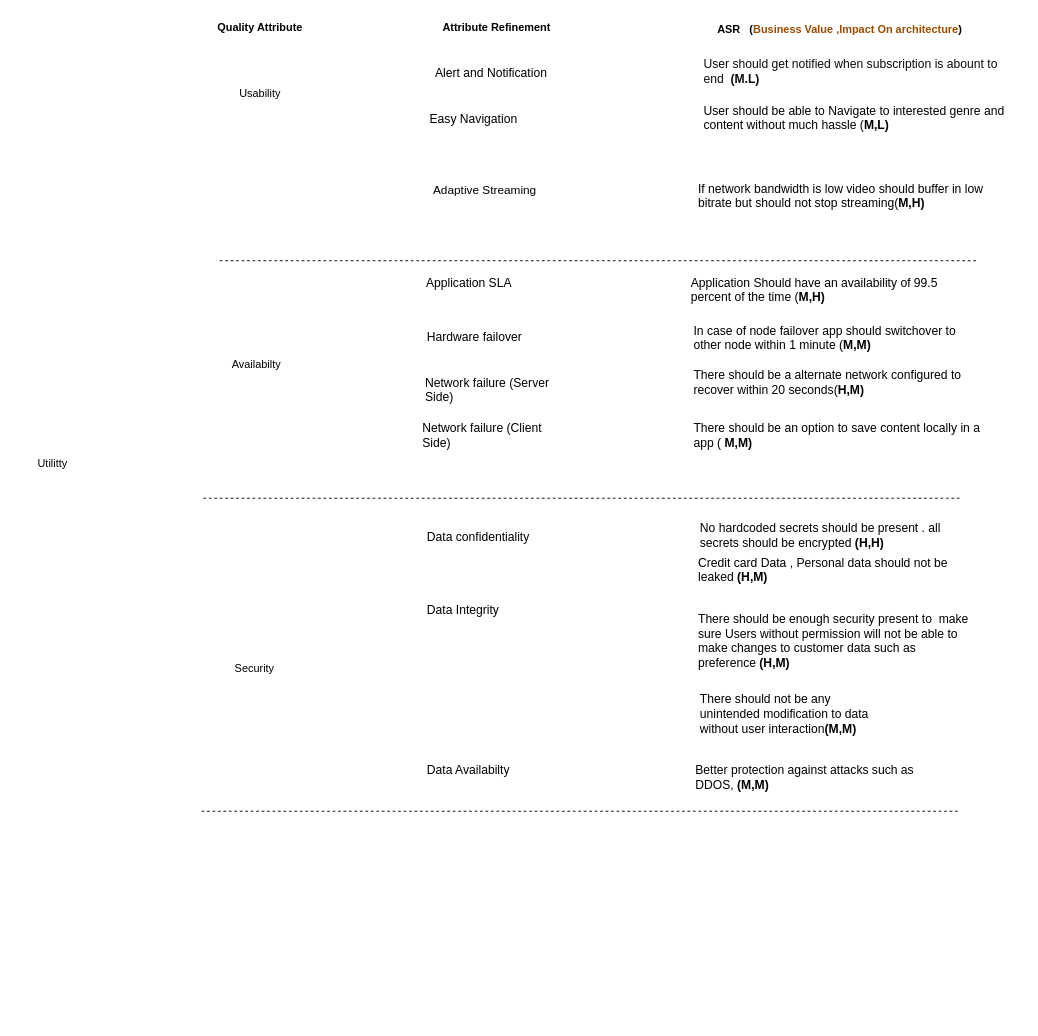
The draw.io diagram page "Page-7" (7 of 12) of SA assignment.drawio in Gajanana/FirstPhase, before the edit. Source tidied: cells renumbered, new cells numbered last; positions are measured from the earlier drawing's top-left corner, leaving out a move shared by most shapes. Both pictures are drawn from the tidied source at 91%, with x=0, y=0 at pixel (25, 15).
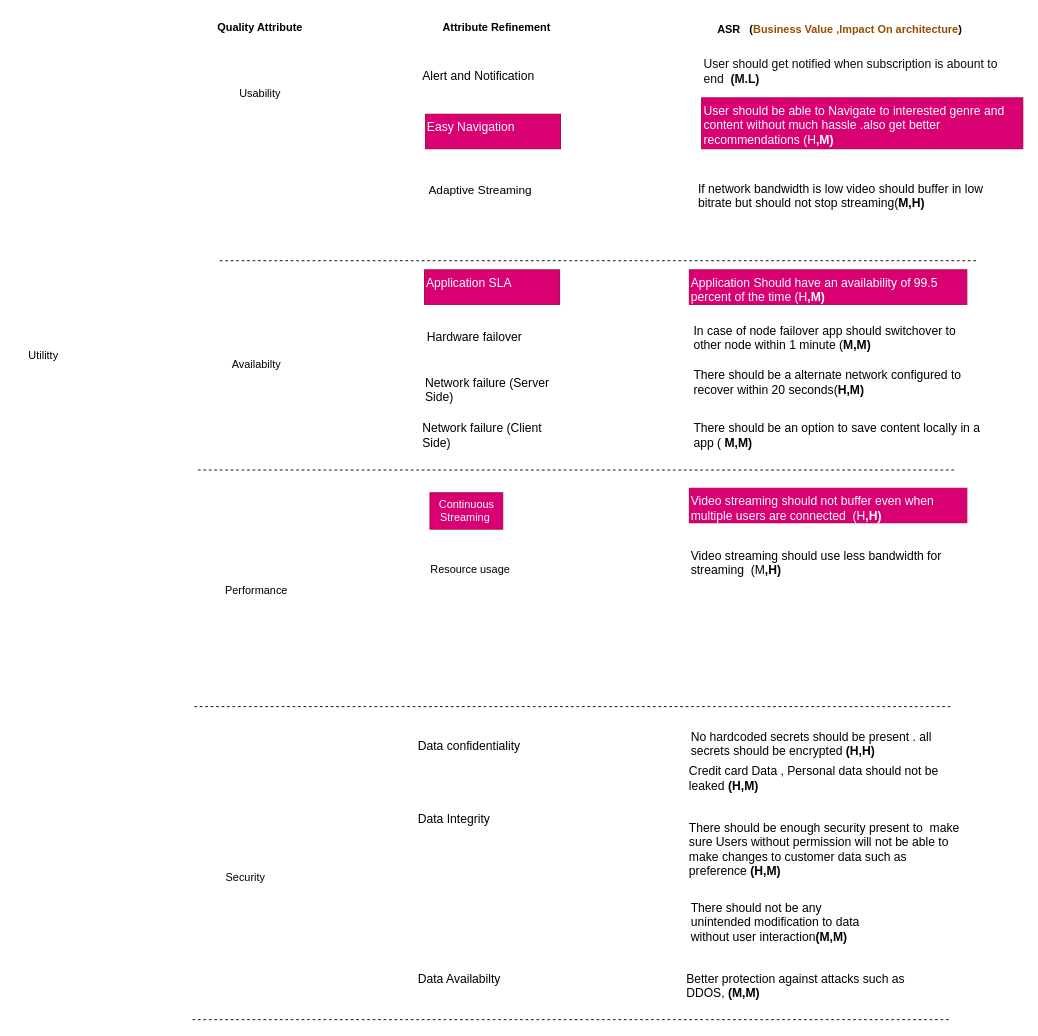
The same page after the edit.

What changed in the source:
```diff
@@
     <mxCell id="2" value="Utilitty" style="text;html=1;align=center;verticalAlign=middle;strokeColor=none;fillColor=none;" parent="1" vertex="1">
-      <mxGeometry y="477" width="60" height="30" as="geometry" />
+      <mxGeometry x="-10" y="359" width="60" height="30" as="geometry" />
     </mxCell>
@@
     <mxCell id="6" value="&lt;span style=&quot;font-size: 10pt;&quot;&gt;Alert and Notification&lt;/span&gt;" style="text;whiteSpace=wrap;html=1;" parent="1" vertex="1">
-      <mxGeometry x="449" y="49" width="148.5" height="38" as="geometry" />
+      <mxGeometry x="434.8" y="52" width="148.5" height="38" as="geometry" />
     </mxCell>
@@
-    <mxCell id="10" value="&lt;span style=&quot;font-size: 10pt;&quot;&gt;Easy Navigation&lt;/span&gt;" style="text;whiteSpace=wrap;html=1;" parent="1" vertex="1">
-      <mxGeometry x="443.2" y="99" width="148.5" height="38" as="geometry" />
+    <mxCell id="10" value="&lt;span style=&quot;font-size: 10pt;&quot;&gt;Easy Navigation&lt;/span&gt;" style="text;whiteSpace=wrap;html=1;fillColor=#d80073;fontColor=#ffffff;strokeColor=#A50040;" parent="1" vertex="1">
+      <mxGeometry x="440" y="108" width="148.5" height="38" as="geometry" />
     </mxCell>
-    <mxCell id="11" value="&lt;span style=&quot;font-size: 13.3333px;&quot;&gt;User should be able to Navigate to interested genre and content without much hassle (&lt;b&gt;M,L)&lt;/b&gt;&lt;/span&gt;" style="text;whiteSpace=wrap;html=1;" parent="1" vertex="1">
+    <mxCell id="11" value="&lt;span style=&quot;font-size: 13.3333px;&quot;&gt;User should be able to Navigate to interested genre and content without much hassle .also get better recommendations (H&lt;b&gt;,M)&lt;/b&gt;&lt;/span&gt;" style="text;whiteSpace=wrap;html=1;fillColor=#d80073;fontColor=#ffffff;strokeColor=#A50040;" parent="1" vertex="1">
       <mxGeometry x="743.5" y="90" width="353" height="56" as="geometry" />
     </mxCell>
@@
     <mxCell id="13" style="endArrow=none;html=1;rounded=0;fontFamily=Helvetica;fontColor=#000000;dashed=1;" parent="1" edge="1">
       <mxGeometry relative="1" as="geometry">
-        <mxPoint x="196" y="530" as="sourcePoint" />
-        <mxPoint x="1030" y="530" as="targetPoint" />
+        <mxPoint x="186" y="759" as="sourcePoint" />
+        <mxPoint x="1020" y="759" as="targetPoint" />
       </mxGeometry>
     </mxCell>
@@
-    <mxCell id="15" value="&lt;span style=&quot;font-size: 10pt;&quot;&gt;Application SLA&lt;/span&gt;" style="text;whiteSpace=wrap;html=1;" parent="1" vertex="1">
+    <mxCell id="15" value="&lt;span style=&quot;font-size: 10pt;&quot;&gt;Application SLA&lt;/span&gt;" style="text;whiteSpace=wrap;html=1;fillColor=#d80073;fontColor=#ffffff;strokeColor=#A50040;" parent="1" vertex="1">
       <mxGeometry x="439" y="279" width="148.5" height="38" as="geometry" />
     </mxCell>
-    <mxCell id="16" value="&lt;span style=&quot;font-size: 10pt;&quot;&gt;Application Should have an availability of 99.5 percent of the time (&lt;/span&gt;&lt;b style=&quot;font-size: 13.3333px;&quot;&gt;M,H)&lt;/b&gt;" style="text;whiteSpace=wrap;html=1;" parent="1" vertex="1">
+    <mxCell id="16" value="&lt;span style=&quot;font-size: 10pt;&quot;&gt;Application Should have an availability of 99.5 percent of the time (H&lt;/span&gt;&lt;b style=&quot;font-size: 13.3333px;&quot;&gt;,M)&lt;/b&gt;" style="text;whiteSpace=wrap;html=1;fillColor=#d80073;fontColor=#ffffff;strokeColor=#A50040;" parent="1" vertex="1">
       <mxGeometry x="730" y="279" width="305" height="38" as="geometry" />
     </mxCell>
@@
     <mxCell id="21" style="endArrow=none;html=1;rounded=0;fontFamily=Helvetica;fontColor=#000000;dashed=1;" parent="1" edge="1">
       <mxGeometry relative="1" as="geometry">
-        <mxPoint x="194" y="874" as="sourcePoint" />
-        <mxPoint x="1028" y="874" as="targetPoint" />
+        <mxPoint x="184" y="1103" as="sourcePoint" />
+        <mxPoint x="1018" y="1103" as="targetPoint" />
       </mxGeometry>
     </mxCell>
     <mxCell id="22" value="Security" style="text;html=1;align=center;verticalAlign=middle;strokeColor=none;fillColor=none;" parent="1" vertex="1">
-      <mxGeometry x="221" y="705" width="61" height="26" as="geometry" />
+      <mxGeometry x="211" y="934" width="61" height="26" as="geometry" />
     </mxCell>
     <mxCell id="23" value="&lt;span style=&quot;font-size: 10pt;&quot;&gt;Data confidentiality&lt;/span&gt;" style="text;whiteSpace=wrap;html=1;" parent="1" vertex="1">
-      <mxGeometry x="440" y="559" width="148.5" height="38" as="geometry" />
+      <mxGeometry x="430" y="788" width="148.5" height="38" as="geometry" />
     </mxCell>
     <mxCell id="24" value="&lt;span style=&quot;font-size: 13.3333px;&quot;&gt;No hardcoded secrets should be present . all secrets should be encrypted &lt;b&gt;(H&lt;/b&gt;&lt;/span&gt;&lt;b style=&quot;font-size: 13.3333px;&quot;&gt;,H)&lt;/b&gt;" style="text;whiteSpace=wrap;html=1;" parent="1" vertex="1">
-      <mxGeometry x="740" y="549" width="305" height="38" as="geometry" />
+      <mxGeometry x="730" y="778" width="305" height="38" as="geometry" />
     </mxCell>
     <mxCell id="25" value="&lt;span style=&quot;font-size: 10pt;&quot;&gt;Data Integrity&lt;/span&gt;" style="text;whiteSpace=wrap;html=1;" parent="1" vertex="1">
-      <mxGeometry x="440" y="639" width="148.5" height="38" as="geometry" />
+      <mxGeometry x="430" y="868" width="148.5" height="38" as="geometry" />
     </mxCell>
     <mxCell id="26" value="&lt;span style=&quot;font-size: 13.3333px;&quot;&gt;There should be enough security present to&amp;nbsp; make sure Users without permission will not be able to make changes to customer data such as preference&amp;nbsp;&lt;/span&gt;&lt;span style=&quot;font-size: 13.3333px;&quot;&gt;&lt;b&gt;(H&lt;/b&gt;&lt;/span&gt;&lt;b style=&quot;font-size: 13.3333px;&quot;&gt;,M)&lt;/b&gt;" style="text;whiteSpace=wrap;html=1;" parent="1" vertex="1">
-      <mxGeometry x="738" y="649" width="305" height="38" as="geometry" />
+      <mxGeometry x="728" y="878" width="305" height="38" as="geometry" />
     </mxCell>
     <mxCell id="27" value="&lt;span style=&quot;font-size: 13.3333px;&quot;&gt;There should not be any unintended modification to data without user interaction&lt;/span&gt;&lt;span style=&quot;font-size: 13.3333px;&quot;&gt;&lt;b&gt;(M&lt;/b&gt;&lt;/span&gt;&lt;b style=&quot;font-size: 13.3333px;&quot;&gt;,M)&lt;/b&gt;" style="text;whiteSpace=wrap;html=1;" parent="1" vertex="1">
-      <mxGeometry x="740" y="737" width="194" height="61" as="geometry" />
+      <mxGeometry x="730" y="966" width="194" height="61" as="geometry" />
     </mxCell>
     <mxCell id="28" value="&lt;span style=&quot;font-size: 10pt;&quot;&gt;Data Availabilty&lt;/span&gt;" style="text;whiteSpace=wrap;html=1;" parent="1" vertex="1">
-      <mxGeometry x="440" y="815" width="148.5" height="38" as="geometry" />
+      <mxGeometry x="430" y="1044" width="148.5" height="38" as="geometry" />
     </mxCell>
     <mxCell id="29" value="&lt;span style=&quot;font-size: 13.3333px;&quot;&gt;Better protection against attacks such as DDOS,&amp;nbsp;&lt;b&gt;(M&lt;/b&gt;&lt;/span&gt;&lt;b style=&quot;font-size: 13.3333px;&quot;&gt;,M)&lt;/b&gt;" style="text;whiteSpace=wrap;html=1;" parent="1" vertex="1">
-      <mxGeometry x="735" y="815" width="305" height="38" as="geometry" />
+      <mxGeometry x="725" y="1044" width="305" height="38" as="geometry" />
     </mxCell>
     <mxCell id="30" value="&lt;span style=&quot;font-size: 13px;&quot;&gt;Adaptive Streaming&lt;/span&gt;" style="text;html=1;align=center;verticalAlign=middle;strokeColor=none;fillColor=none;" parent="1" vertex="1">
-      <mxGeometry x="434.8" y="176" width="140" height="30" as="geometry" />
+      <mxGeometry x="430" y="176" width="140" height="30" as="geometry" />
     </mxCell>
@@
     <mxCell id="33" value="&lt;span style=&quot;font-size: 13.3333px;&quot;&gt;Credit card Data , Personal data should not be leaked&amp;nbsp;&lt;b&gt;(H&lt;/b&gt;&lt;/span&gt;&lt;b style=&quot;font-size: 13.3333px;&quot;&gt;,M)&lt;/b&gt;" style="text;whiteSpace=wrap;html=1;" parent="1" vertex="1">
-      <mxGeometry x="738" y="587" width="305" height="38" as="geometry" />
+      <mxGeometry x="728" y="816" width="305" height="38" as="geometry" />
     </mxCell>
+    <mxCell id="34" style="endArrow=none;html=1;rounded=0;fontFamily=Helvetica;fontColor=#000000;dashed=1;" parent="1" edge="1">
+      <mxGeometry relative="1" as="geometry">
+        <mxPoint x="190" y="499" as="sourcePoint" />
+        <mxPoint x="1024" y="499" as="targetPoint" />
+      </mxGeometry>
+    </mxCell>
+    <mxCell id="35" value="Performance" style="text;html=1;align=center;verticalAlign=middle;strokeColor=none;fillColor=none;" parent="1" vertex="1">
+      <mxGeometry x="208.5" y="617" width="90" height="30" as="geometry" />
+    </mxCell>
+    <mxCell id="36" value="Continuous &lt;br&gt;Streaming&amp;nbsp;" style="text;html=1;align=center;verticalAlign=middle;strokeColor=#A50040;fillColor=#d80073;fontColor=#ffffff;" parent="1" vertex="1">
+      <mxGeometry x="445" y="524" width="80" height="40" as="geometry" />
+    </mxCell>
+    <mxCell id="37" value="&lt;span style=&quot;font-size: 10pt;&quot;&gt;Video streaming should not buffer even when multiple users are connected&amp;nbsp; (H&lt;/span&gt;&lt;b style=&quot;font-size: 13.3333px;&quot;&gt;,H)&lt;/b&gt;" style="text;whiteSpace=wrap;html=1;fillColor=#d80073;fontColor=#ffffff;strokeColor=#A50040;" parent="1" vertex="1">
+      <mxGeometry x="730" y="519" width="305" height="38" as="geometry" />
+    </mxCell>
+    <mxCell id="38" value="&lt;span style=&quot;font-size: 10pt;&quot;&gt;Video streaming should use less bandwidth for streaming&amp;nbsp; (M&lt;/span&gt;&lt;b style=&quot;font-size: 13.3333px;&quot;&gt;,H)&lt;/b&gt;" style="text;whiteSpace=wrap;html=1;" parent="1" vertex="1">
+      <mxGeometry x="730" y="579" width="305" height="38" as="geometry" />
+    </mxCell>
+    <mxCell id="39" value="Resource usage" style="text;html=1;align=center;verticalAlign=middle;strokeColor=none;fillColor=none;" parent="1" vertex="1">
+      <mxGeometry x="434" y="594" width="110" height="30" as="geometry" />
+    </mxCell>
```
